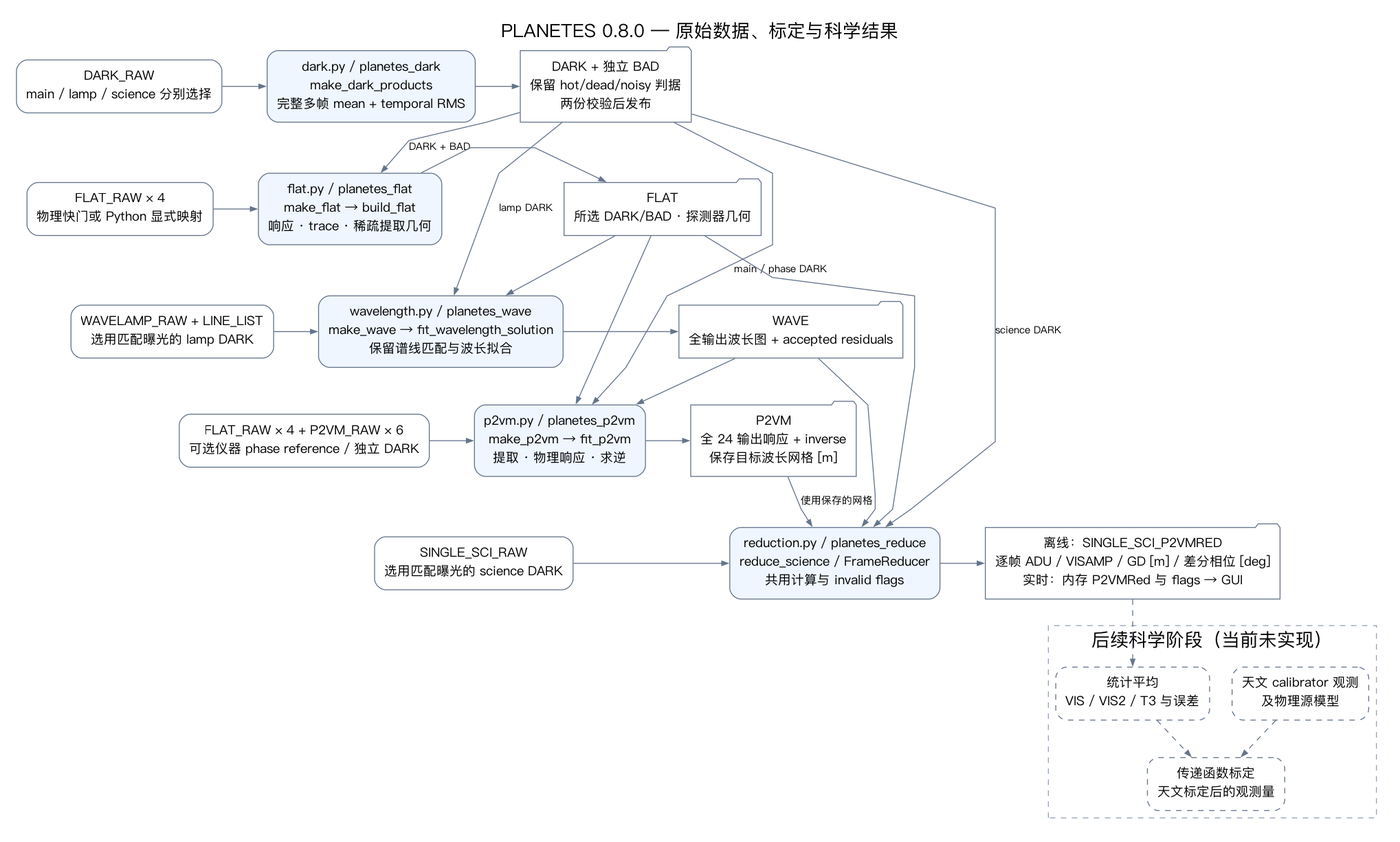
This is docs/dataflow.png from zexwu/planetes_pipe, a Graphviz export, as it was before one commit. Its source is kept beside it as docs/dataflow.dot.
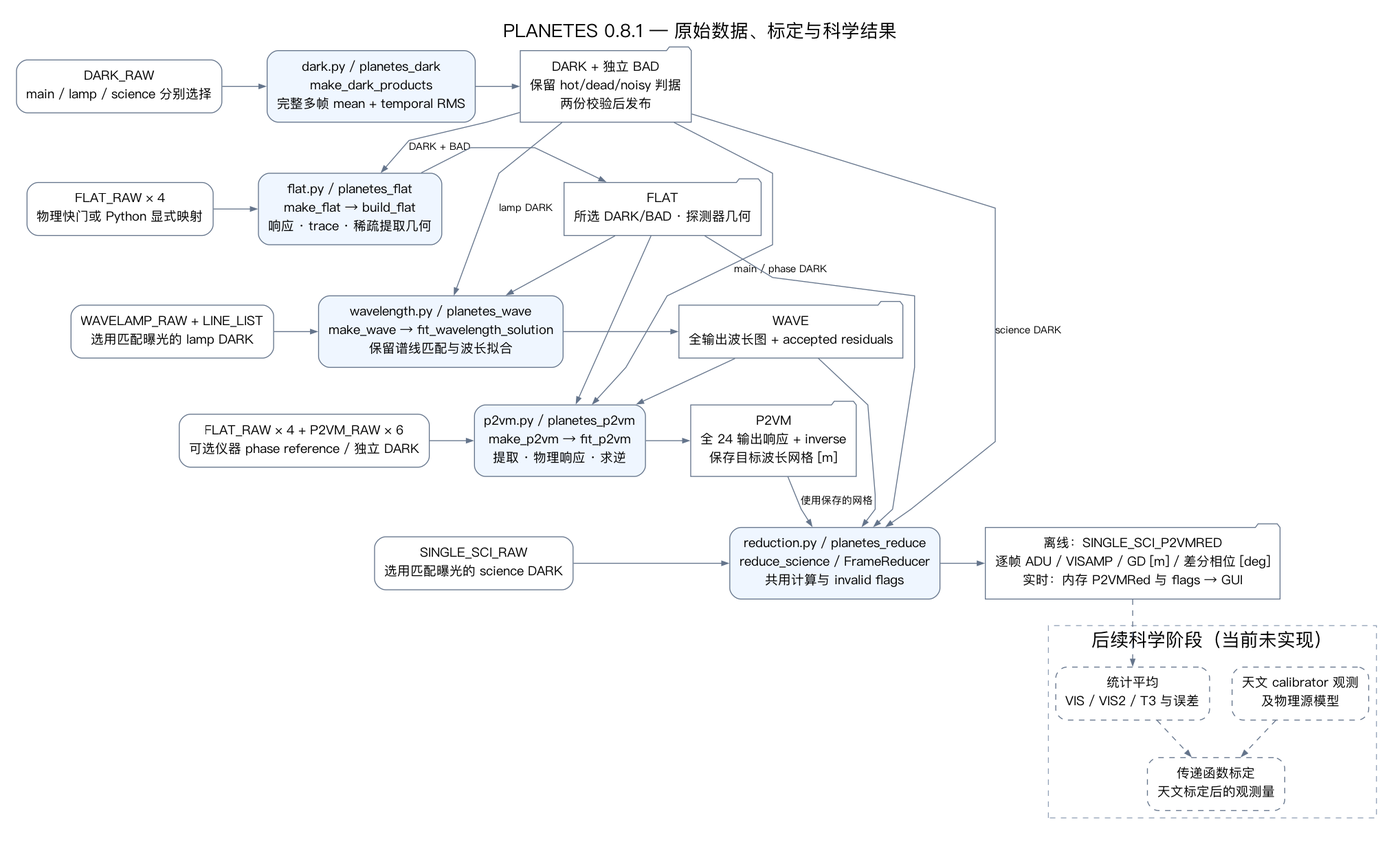
The same file after the commit.

What changed in the source:
```diff
@@ -1,5 +1,5 @@
 digraph Dataflow {
-  graph [rankdir=TB, bgcolor="white", pad=0.25, nodesep=0.35, ranksep=0.55, splines=polyline, fontname="PingFang SC", fontsize=20, label="PLANETES 0.8.0 — 原始数据、标定与科学结果", labelloc=t];
+  graph [rankdir=TB, bgcolor="white", pad=0.25, nodesep=0.35, ranksep=0.55, splines=polyline, fontname="PingFang SC", fontsize=20, label="PLANETES 0.8.1 — 原始数据、标定与科学结果", labelloc=t];
   node [shape=box, style="rounded", fontname="PingFang SC", fontsize=14, color="#64748b", margin="0.15,0.12"];
   edge [fontname="PingFang SC", fontsize=11, color="#64748b", arrowsize=0.7];
   rawdark [label="DARK_RAW\nmain / lamp / science 分别选择"];
```
